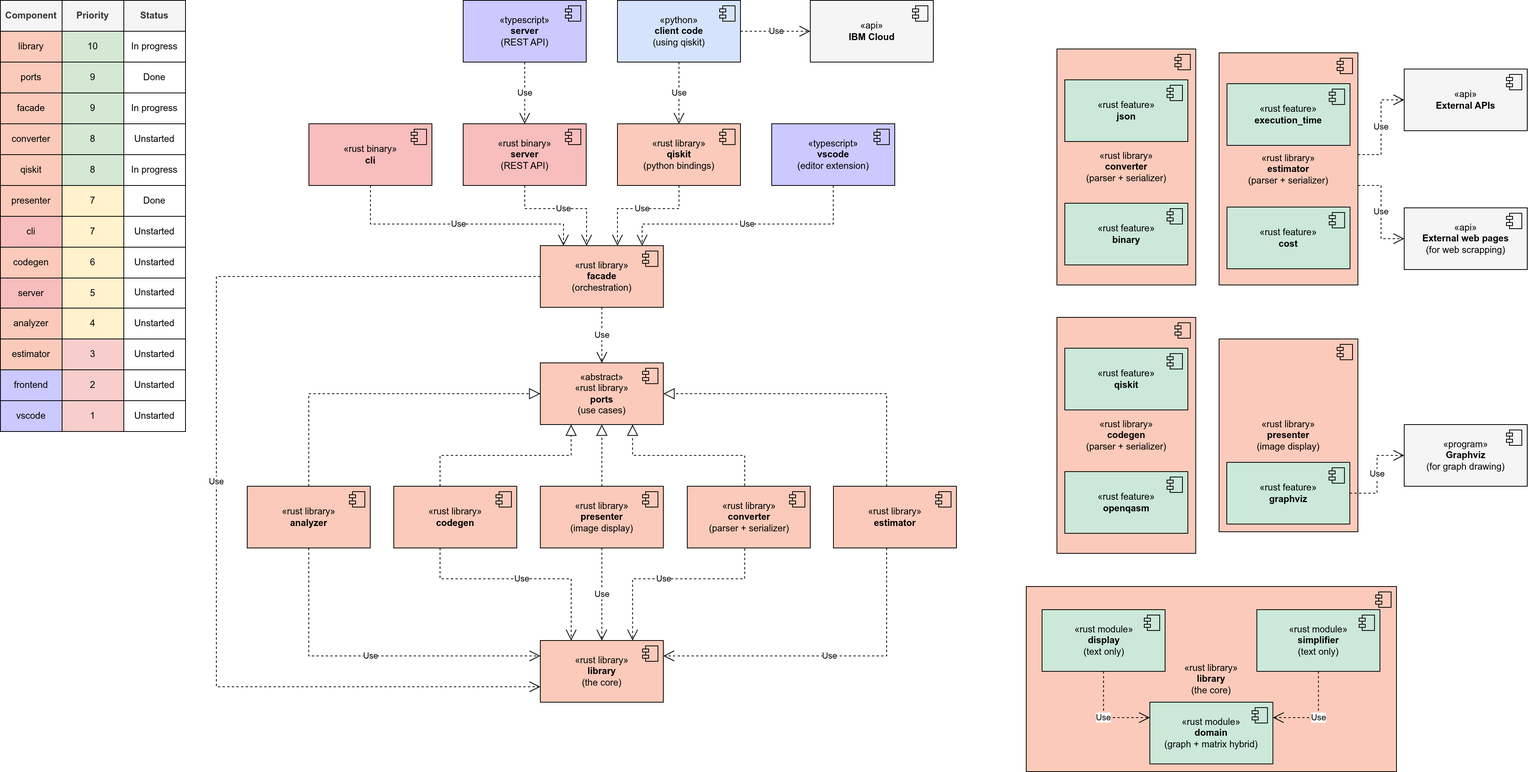
Above: images/architecture.drawio.png in AnotherGoat/qctidy (draw.io), before the change. Source tidied: cells renumbered, new cells last; positions are measured from the earlier drawing's top-left corner, leaving out a move shared by most shapes.
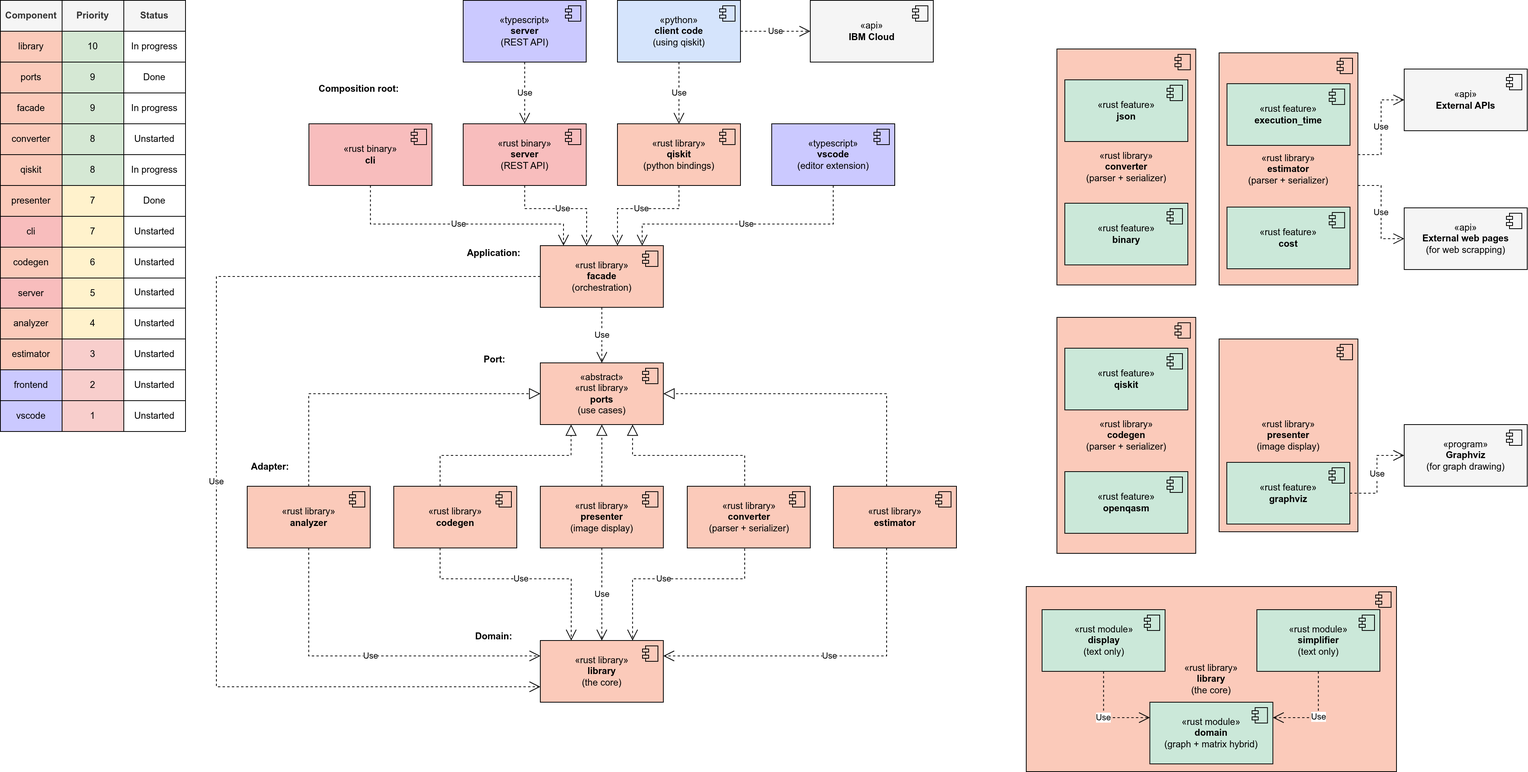
After the commit.

Diff of the diagram source:
```diff
@@ -559,5 +559,20 @@
         </Array>
       </mxGeometry>
     </mxCell>
+    <mxCell id="140" value="&lt;b&gt;Composition root:&lt;/b&gt;" style="text;html=1;whiteSpace=wrap;strokeColor=none;fillColor=none;align=center;verticalAlign=middle;rounded=0;" parent="1" vertex="1">
+      <mxGeometry x="404.8" y="100" width="120" height="30" as="geometry" />
+    </mxCell>
+    <mxCell id="141" value="&lt;b&gt;Port:&lt;/b&gt;" style="text;html=1;whiteSpace=wrap;strokeColor=none;fillColor=none;align=center;verticalAlign=middle;rounded=0;" parent="1" vertex="1">
+      <mxGeometry x="610.5" y="451" width="60" height="30" as="geometry" />
+    </mxCell>
+    <mxCell id="142" value="&lt;b&gt;Adapter:&lt;/b&gt;" style="text;html=1;whiteSpace=wrap;strokeColor=none;fillColor=none;align=center;verticalAlign=middle;rounded=0;" parent="1" vertex="1">
+      <mxGeometry x="320" y="590" width="60" height="30" as="geometry" />
+    </mxCell>
+    <mxCell id="143" value="&lt;b&gt;Domain:&lt;/b&gt;" style="text;html=1;whiteSpace=wrap;strokeColor=none;fillColor=none;align=center;verticalAlign=middle;rounded=0;" parent="1" vertex="1">
+      <mxGeometry x="609.5" y="810" width="60" height="30" as="geometry" />
+    </mxCell>
+    <mxCell id="144" value="&lt;b&gt;Application:&lt;/b&gt;" style="text;html=1;whiteSpace=wrap;strokeColor=none;fillColor=none;align=center;verticalAlign=middle;rounded=0;" parent="1" vertex="1">
+      <mxGeometry x="609.5" y="313" width="60" height="30" as="geometry" />
+    </mxCell>
   </root>
 </mxGraphModel>
```
